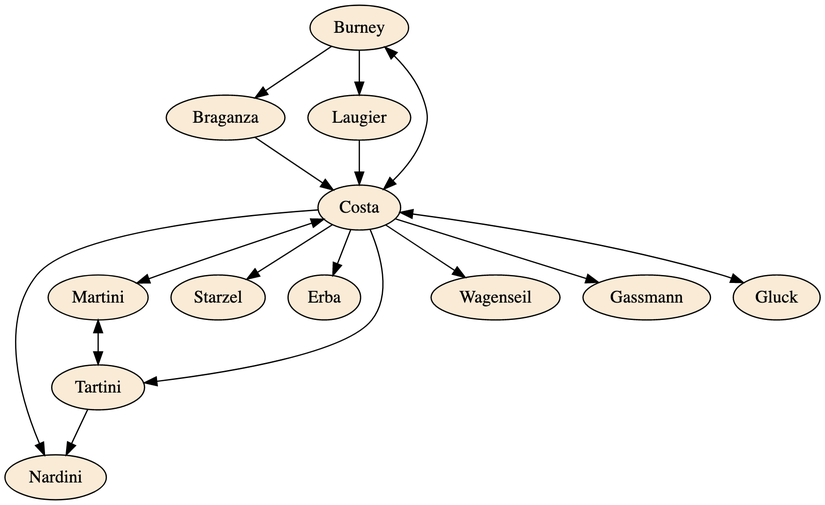
This is costa/costa-01.png from JoseNunoOliveira/jno, a Graphviz export, as it was before one commit. Its source is kept beside it as costa/costa-01.dot. Source of this version:
```dot
digraph G {
Burney [style=filled; fillcolor="antiquewhite"];
Braganza [style=filled; fillcolor="antiquewhite"];
Martini [style=filled; fillcolor="antiquewhite"];
Nardini [style=filled; fillcolor="antiquewhite"];
Starzel [style=filled; fillcolor="antiquewhite"];
Erba [style=filled; fillcolor="antiquewhite"];
Tartini [style=filled; fillcolor="antiquewhite"];
Laugier [style=filled; fillcolor="antiquewhite"];
Wagenseil [style=filled; fillcolor="antiquewhite"];
Gassmann [style=filled; fillcolor="antiquewhite"];
Costa [style=filled; fillcolor="antiquewhite"];
Gluck [style=filled; fillcolor="antiquewhite"];
Costa -> Tartini [ label ="" ];
Costa -> Martini [ label="", dir=both];
Costa -> Gluck [ label="", dir=both ];
Laugier -> Costa [ label="" ];
Burney -> Braganza [ label="" ];
Burney -> Laugier [ label="" ];
Braganza -> Costa [ label="" ];
Costa -> Nardini [ label="" ];
Costa -> Starzel [ label="" ];
Tartini -> Nardini [ label="" ];
Martini -> Tartini [ label="", dir=both ];
Costa -> Burney [ label="", dir=both ];
Costa -> Erba [ label="" ];
Costa -> Wagenseil [ label="" ];
Costa -> Gassmann [ label="" ];
}
```
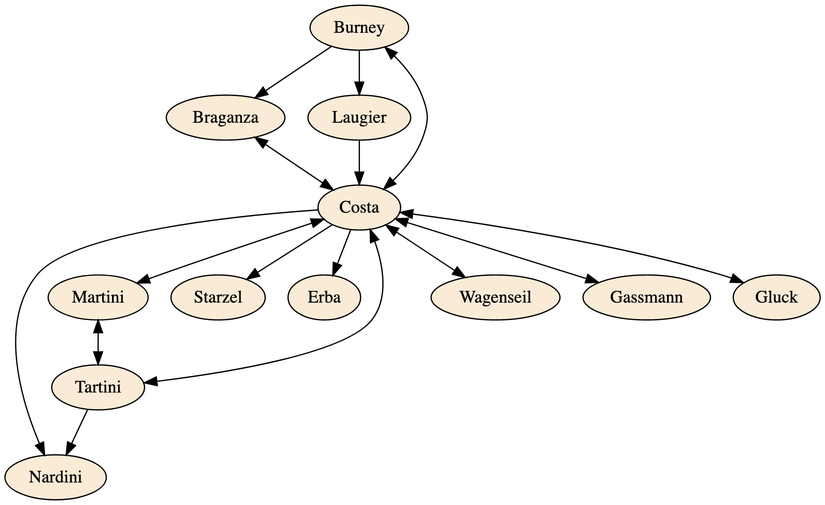
The same file after the commit.

Diff of the diagram source:
```diff
@@ -11,19 +11,19 @@
 Gassmann [style=filled; fillcolor="antiquewhite"];
 Costa [style=filled; fillcolor="antiquewhite"];
 Gluck [style=filled; fillcolor="antiquewhite"];
-Costa -> Tartini [ label ="" ];
+Costa -> Tartini [ label ="", dir=both ];
 Costa -> Martini [ label="", dir=both];
 Costa -> Gluck [ label="", dir=both ];
 Laugier -> Costa [ label="" ];
 Burney -> Braganza [ label="" ];
 Burney -> Laugier [ label="" ];
-Braganza -> Costa [ label="" ];
+Braganza -> Costa [ label="", dir=both ];
 Costa -> Nardini [ label="" ];
 Costa -> Starzel [ label="" ];
 Tartini -> Nardini [ label="" ];
 Martini -> Tartini [ label="", dir=both ];
 Costa -> Burney [ label="", dir=both ];
 Costa -> Erba [ label="" ];
-Costa -> Wagenseil [ label="" ];
-Costa -> Gassmann [ label="" ];
+Costa -> Wagenseil [ label="", dir=both ];
+Costa -> Gassmann [ label="", dir=both ];
 }
```
